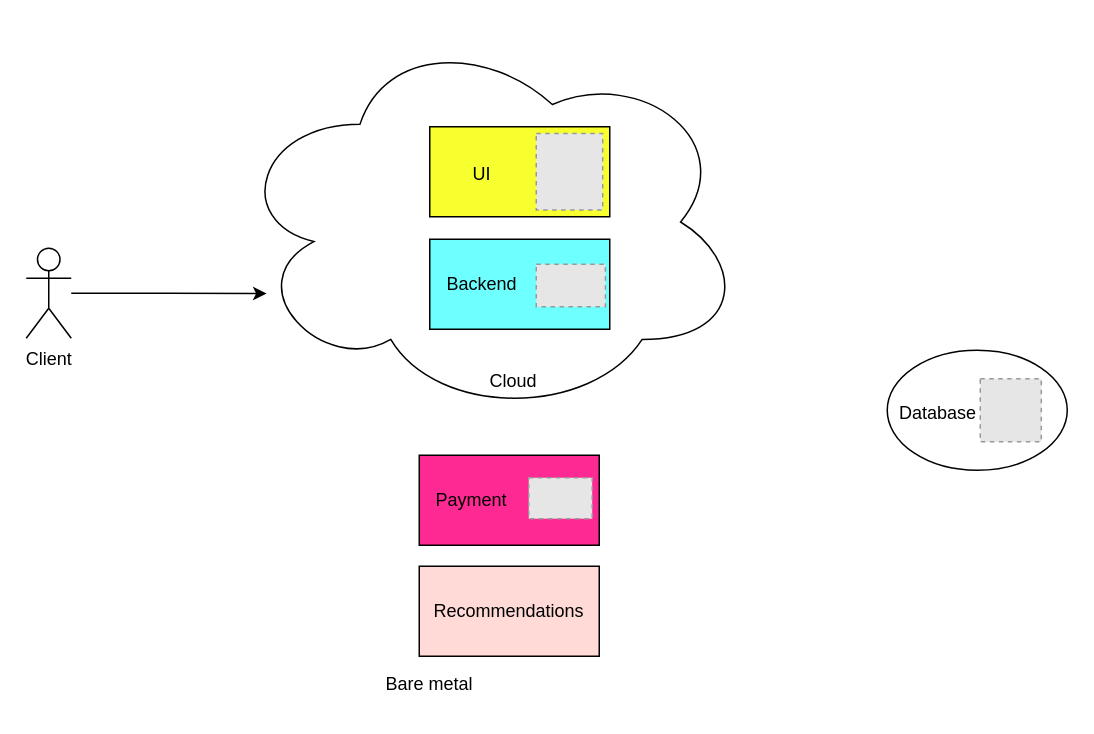
Above: Monolithic.drawio in olliglorioso/datasets (draw.io), before the change. Source tidied: cells renumbered, new cells numbered last; positions are measured from the earlier drawing's top-left corner, leaving out a move shared by most shapes. Both pictures are drawn from the tidied source at 150%, with x=0, y=0 at pixel (26, 26). Pictures stored in the file or linked from it are replaced by grey dashed boxes.
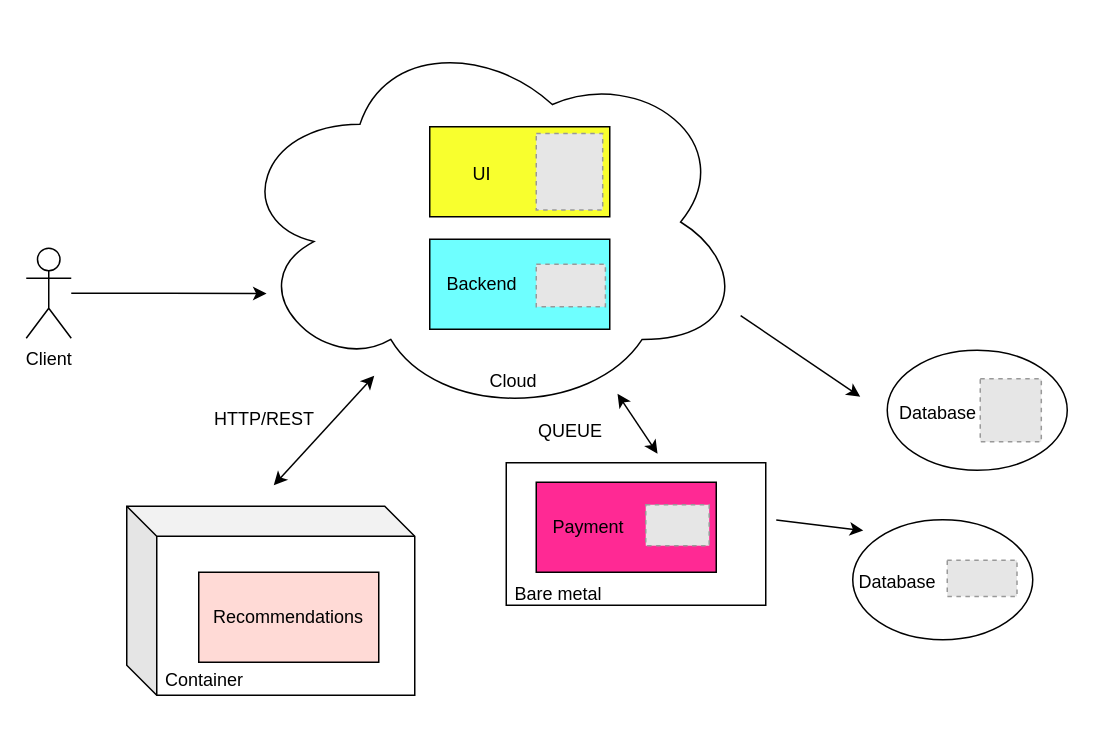
After the change.

The change refers to these unchanged cells:
```xml
<mxCell id="2" style="ellipse;shape=cloud;whiteSpace=wrap;html=1;opaque=0;" parent="1" vertex="1">
  <mxGeometry x="137" width="342" height="261" as="geometry" />
</mxCell>
```

Change to the diagram source:
```diff
@@
+    <mxCell id="21" style="rounded=0;whiteSpace=wrap;html=1;" parent="1" vertex="1">
+      <mxGeometry x="320" y="291" width="173" height="95" as="geometry" />
+    </mxCell>
+    <mxCell id="22" style="shape=cube;whiteSpace=wrap;html=1;boundedLbl=1;backgroundOutline=1;darkOpacity=0.05;darkOpacity2=0.1;" parent="1" vertex="1">
+      <mxGeometry x="67" y="320" width="192" height="126" as="geometry" />
+    </mxCell>
@@
     <mxCell id="10" style="rounded=0;whiteSpace=wrap;html=1;fillColor=#FF2994;" parent="1" vertex="1">
-      <mxGeometry x="262" y="286" width="120" height="60" as="geometry" />
+      <mxGeometry x="340" y="304" width="120" height="60" as="geometry" />
     </mxCell>
     <mxCell id="11" value="Payment" style="text;strokeColor=none;align=center;fillColor=none;html=1;verticalAlign=middle;whiteSpace=wrap;rounded=0;" parent="1" vertex="1">
-      <mxGeometry x="267" y="301" width="60" height="30" as="geometry" />
+      <mxGeometry x="345" y="319" width="60" height="30" as="geometry" />
     </mxCell>
@@
     <mxCell id="13" style="fillColor=#E6E6E6;strokeColor=#999999;dashed=1;verticalLabelPosition=bottom;labelBackgroundColor=default;verticalAlign=top;" parent="1" vertex="1">
-      <mxGeometry x="335" y="301" width="42.3" height="27.3" as="geometry" />
+      <mxGeometry x="413" y="319" width="42.3" height="27.3" as="geometry" />
     </mxCell>
     <mxCell id="14" style="rounded=0;whiteSpace=wrap;html=1;fillColor=#FFDAD6;" parent="1" vertex="1">
-      <mxGeometry x="262" y="360" width="120" height="60" as="geometry" />
+      <mxGeometry x="115" y="364" width="120" height="60" as="geometry" />
     </mxCell>
     <mxCell id="15" value="Recommendations" style="text;strokeColor=none;align=center;fillColor=none;html=1;verticalAlign=middle;whiteSpace=wrap;rounded=0;" parent="1" vertex="1">
-      <mxGeometry x="292" y="375" width="60" height="30" as="geometry" />
+      <mxGeometry x="145" y="379" width="60" height="30" as="geometry" />
     </mxCell>
@@
-    <mxCell id="19" value="Bare metal" style="text;strokeColor=none;align=center;fillColor=none;html=1;verticalAlign=middle;whiteSpace=wrap;rounded=0;" parent="1" vertex="1">
-      <mxGeometry x="224" y="424" width="90" height="30" as="geometry" />
+    <mxCell id="19" value="Container" style="text;strokeColor=none;align=center;fillColor=none;html=1;verticalAlign=middle;whiteSpace=wrap;rounded=0;" parent="1" vertex="1">
+      <mxGeometry x="74" y="421" width="90" height="30" as="geometry" />
     </mxCell>
@@
+    <mxCell id="23" value="Bare metal" style="text;strokeColor=none;align=center;fillColor=none;html=1;verticalAlign=middle;whiteSpace=wrap;rounded=0;" parent="1" vertex="1">
+      <mxGeometry x="310" y="364" width="90" height="30" as="geometry" />
+    </mxCell>
+    <mxCell id="24" style="endArrow=classic;startArrow=classic;html=1;rounded=0;" parent="1" edge="1">
+      <mxGeometry relative="1" as="geometry">
+        <mxPoint x="165" y="306" as="sourcePoint" />
+        <mxPoint x="232" y="233" as="targetPoint" />
+      </mxGeometry>
+    </mxCell>
+    <mxCell id="25" style="endArrow=classic;startArrow=classic;html=1;rounded=0;entryX=0.752;entryY=0.939;entryDx=0;entryDy=0;exitX=0.583;exitY=-0.063;exitDx=0;exitDy=0;exitPerimeter=0;entryPerimeter=0;" parent="1" edge="1" source="21" target="2">
+      <mxGeometry relative="1" as="geometry" />
+    </mxCell>
+    <mxCell id="26" style="endArrow=classic;html=1;rounded=0;exitX=0.992;exitY=0.739;exitDx=0;exitDy=0;exitPerimeter=0;" parent="1" edge="1" source="2">
+      <mxGeometry relative="1" as="geometry">
+        <mxPoint x="556" y="247" as="targetPoint" />
+      </mxGeometry>
+    </mxCell>
+    <mxCell id="27" value="HTTP/REST" style="text;strokeColor=none;align=center;fillColor=none;html=1;verticalAlign=middle;whiteSpace=wrap;rounded=0;" parent="1" vertex="1">
+      <mxGeometry x="129" y="247" width="60" height="30" as="geometry" />
+    </mxCell>
+    <mxCell id="28" value="QUEUE" style="text;strokeColor=none;align=center;fillColor=none;html=1;verticalAlign=middle;whiteSpace=wrap;rounded=0;" parent="1" vertex="1">
+      <mxGeometry x="333.1" y="255" width="60" height="30" as="geometry" />
+    </mxCell>
+    <mxCell id="29" style="ellipse;whiteSpace=wrap;html=1;" parent="1" vertex="1">
+      <mxGeometry x="551" y="329" width="120" height="80" as="geometry" />
+    </mxCell>
+    <mxCell id="30" value="Database" style="text;strokeColor=none;align=center;fillColor=none;html=1;verticalAlign=middle;whiteSpace=wrap;rounded=0;" parent="1" vertex="1">
+      <mxGeometry x="551" y="356" width="60" height="30" as="geometry" />
+    </mxCell>
+    <mxCell id="31" style="fillColor=#E6E6E6;strokeColor=#999999;dashed=1;verticalLabelPosition=bottom;labelBackgroundColor=default;verticalAlign=top;" parent="1" vertex="1">
+      <mxGeometry x="614" y="356" width="46.5" height="24.1" as="geometry" />
+    </mxCell>
+    <mxCell id="32" style="endArrow=classic;html=1;rounded=0;exitX=0.992;exitY=0.739;exitDx=0;exitDy=0;exitPerimeter=0;" parent="1" edge="1">
+      <mxGeometry relative="1" as="geometry">
+        <mxPoint x="500" y="329.2" as="sourcePoint" />
+        <mxPoint x="558" y="336.2" as="targetPoint" />
+      </mxGeometry>
+    </mxCell>
```
